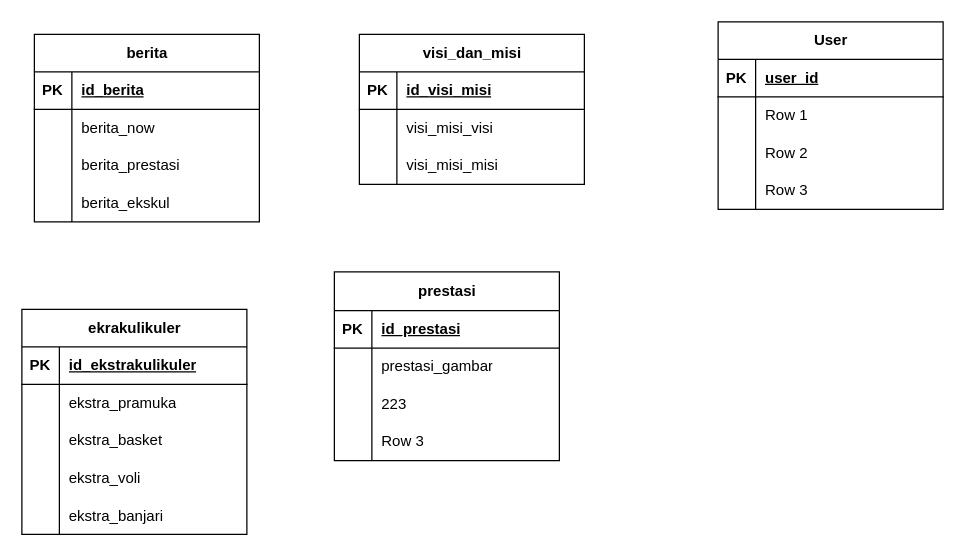
Above: Diagram Tanpa Judul.drawio in Sretes-PiceF/UPK (draw.io), before the change. Source tidied: cells renumbered, new cells numbered last; positions are measured from the earlier drawing's top-left corner, leaving out a move shared by most shapes. Both pictures are drawn from the tidied source at 125%, with x=0, y=0 at pixel (21, 21).
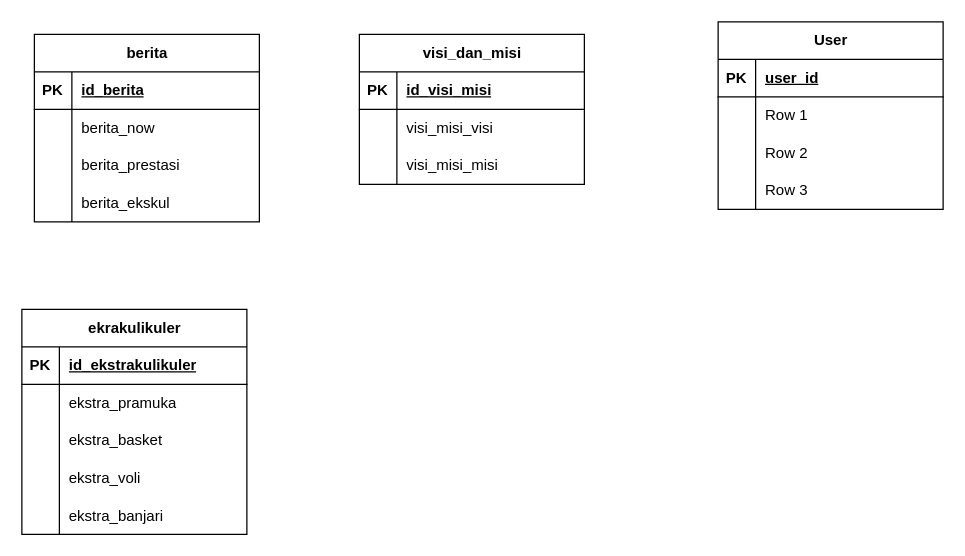
The same page after the edit.

Change to the diagram source:
```diff
@@
-    <mxCell id="25" value="prestasi" style="shape=table;startSize=31;childLayout=tableLayout;rowLines=0;fontStyle=1;align=center;html=1;" parent="1" vertex="1">
-      <mxGeometry x="250" y="200" width="180" height="151" as="geometry" />
-    </mxCell>
-    <mxCell id="26" style="shape=tableRow;horizontal=0;startSize=0;swimlaneHead=0;swimlaneBody=0;fillColor=none;top=0;left=0;right=0;bottom=1;" parent="25" vertex="1">
-      <mxGeometry y="31" width="180" height="30" as="geometry" />
-    </mxCell>
-    <mxCell id="27" value="PK" style="shape=partialRectangle;fillColor=none;top=0;left=0;bottom=0;right=0;fontStyle=1;overflow=hidden;whiteSpace=wrap;html=1;" parent="26" vertex="1">
-      <mxGeometry width="30" height="30" as="geometry" />
-    </mxCell>
-    <mxCell id="28" value="id_prestasi" style="shape=partialRectangle;fillColor=none;top=0;left=0;bottom=0;right=0;align=left;spacingLeft=6;fontStyle=5;overflow=hidden;whiteSpace=wrap;html=1;" parent="26" vertex="1">
-      <mxGeometry x="30" width="150" height="30" as="geometry" />
-    </mxCell>
-    <mxCell id="29" style="shape=tableRow;horizontal=0;startSize=0;swimlaneHead=0;swimlaneBody=0;fillColor=none;top=0;left=0;right=0;bottom=0;" parent="25" vertex="1">
-      <mxGeometry y="61" width="180" height="30" as="geometry" />
-    </mxCell>
-    <mxCell id="30" style="shape=partialRectangle;fillColor=none;top=0;left=0;bottom=0;right=0;overflow=hidden;whiteSpace=wrap;html=1;" parent="29" vertex="1">
-      <mxGeometry width="30" height="30" as="geometry" />
-    </mxCell>
-    <mxCell id="31" value="prestasi_gambar" style="shape=partialRectangle;fillColor=none;top=0;left=0;bottom=0;right=0;align=left;spacingLeft=6;overflow=hidden;whiteSpace=wrap;html=1;" parent="29" vertex="1">
-      <mxGeometry x="30" width="150" height="30" as="geometry" />
-    </mxCell>
-    <mxCell id="32" style="shape=tableRow;horizontal=0;startSize=0;swimlaneHead=0;swimlaneBody=0;fillColor=none;top=0;left=0;right=0;bottom=0;" parent="25" vertex="1">
-      <mxGeometry y="91" width="180" height="30" as="geometry" />
-    </mxCell>
-    <mxCell id="33" style="shape=partialRectangle;fillColor=none;top=0;left=0;bottom=0;right=0;overflow=hidden;whiteSpace=wrap;html=1;" parent="32" vertex="1">
-      <mxGeometry width="30" height="30" as="geometry" />
-    </mxCell>
-    <mxCell id="34" value="223" style="shape=partialRectangle;fillColor=none;top=0;left=0;bottom=0;right=0;align=left;spacingLeft=6;overflow=hidden;whiteSpace=wrap;html=1;" parent="32" vertex="1">
-      <mxGeometry x="30" width="150" height="30" as="geometry" />
-    </mxCell>
-    <mxCell id="35" style="shape=tableRow;horizontal=0;startSize=0;swimlaneHead=0;swimlaneBody=0;fillColor=none;top=0;left=0;right=0;bottom=0;" parent="25" vertex="1">
-      <mxGeometry y="121" width="180" height="30" as="geometry" />
-    </mxCell>
-    <mxCell id="36" style="shape=partialRectangle;fillColor=none;top=0;left=0;bottom=0;right=0;overflow=hidden;whiteSpace=wrap;html=1;" parent="35" vertex="1">
-      <mxGeometry width="30" height="30" as="geometry" />
-    </mxCell>
-    <mxCell id="37" value="Row 3" style="shape=partialRectangle;fillColor=none;top=0;left=0;bottom=0;right=0;align=left;spacingLeft=6;overflow=hidden;whiteSpace=wrap;html=1;" parent="35" vertex="1">
-      <mxGeometry x="30" width="150" height="30" as="geometry" />
-    </mxCell>
```
